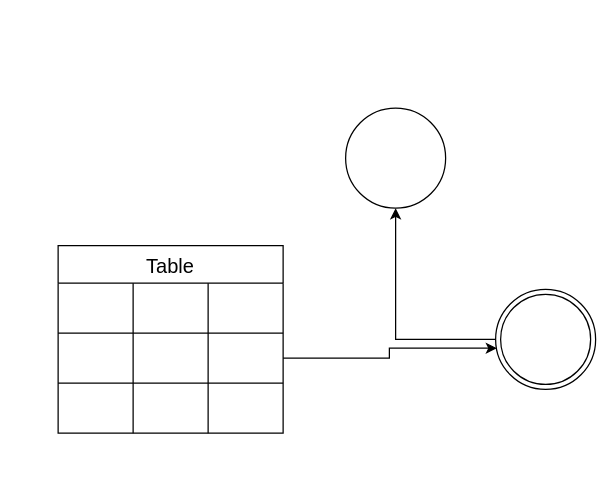
This is test.drawio from DoctorDatah/dragram.io, a draw.io file, before an edit. Source tidied: cells renumbered, new cells numbered last; positions are measured from the earlier drawing's top-left corner, leaving out a move shared by most shapes. Both pictures are drawn from the tidied source at 125%, with x=0, y=0 at pixel (58, 108).
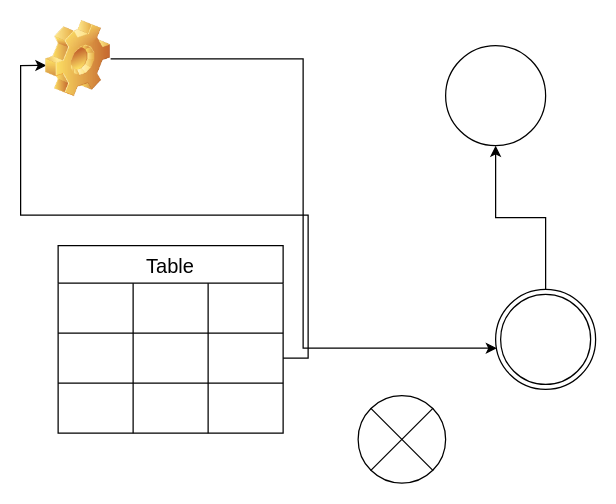
The same diagram, later.

The change refers to these unchanged cells:
```xml
<mxCell id="7" style="shape=tableRow;horizontal=0;startSize=0;swimlaneHead=0;swimlaneBody=0;strokeColor=inherit;top=0;left=0;bottom=0;right=0;fillColor=none;points=[[0,0.5],[1,0.5]];portConstraint=eastwest;fontSize=16;" parent="2" vertex="1">
  <mxGeometry y="70" width="180" height="40" as="geometry" />
</mxCell>
<mxCell id="16" style="ellipse;shape=doubleEllipse;whiteSpace=wrap;html=1;" parent="1" vertex="1">
  <mxGeometry x="350" y="145" width="80" height="80" as="geometry" />
</mxCell>
```

What changed in the source:
```diff
@@
-    <mxCell id="17" style="edgeStyle=orthogonalEdgeStyle;rounded=0;jettySize=auto;html=1;exitX=1;exitY=0.5;exitDx=0;exitDy=0;entryX=0.013;entryY=0.588;entryDx=0;entryDy=0;entryPerimeter=0;flowAnimation=1;" parent="1" edge="1" source="7" target="16">
+    <mxCell id="17" style="edgeStyle=orthogonalEdgeStyle;rounded=0;jettySize=auto;html=1;exitX=1;exitY=0.5;exitDx=0;exitDy=0;entryX=0.013;entryY=0.588;entryDx=0;entryDy=0;entryPerimeter=0;flowAnimation=1;" parent="1" edge="1" source="20" target="16">
       <mxGeometry relative="1" as="geometry" />
     </mxCell>
     <mxCell id="18" style="ellipse;whiteSpace=wrap;html=1;" parent="1" vertex="1">
-      <mxGeometry x="230" width="80" height="80" as="geometry" />
+      <mxGeometry x="310" y="-50" width="80" height="80" as="geometry" />
     </mxCell>
+    <mxCell id="19" style="edgeStyle=orthogonalEdgeStyle;rounded=0;jettySize=auto;html=1;exitX=1;exitY=0.5;exitDx=0;exitDy=0;entryX=0.013;entryY=0.588;entryDx=0;entryDy=0;entryPerimeter=0;flowAnimation=1;" parent="1" edge="1" source="7" target="20">
+      <mxGeometry relative="1" as="geometry" />
+    </mxCell>
+    <mxCell id="20" style="shape=image;html=1;verticalLabelPosition=bottom;verticalAlign=top;imageAspect=1;image=img/clipart/Gear_128x128.png;" parent="1" vertex="1">
+      <mxGeometry x="-10" y="-70" width="52" height="61" as="geometry" />
+    </mxCell>
+    <mxCell id="21" style="verticalLabelPosition=bottom;verticalAlign=top;html=1;shape=mxgraph.flowchart.or;shadow=0;" parent="1" vertex="1">
+      <mxGeometry x="240" y="230" width="70" height="70" as="geometry" />
+    </mxCell>
```
